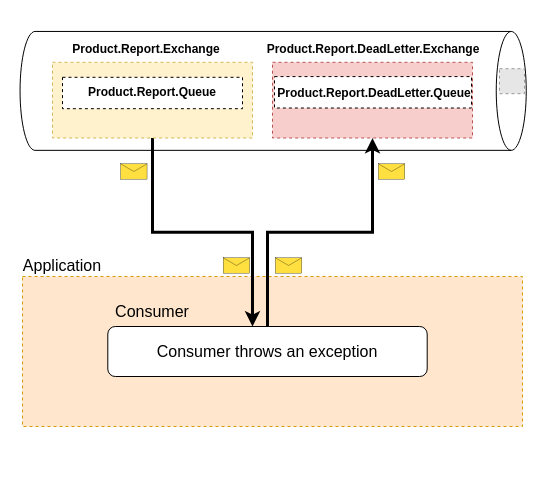
MattGhafouri/EasyDeadLetter keeps this draw.io diagram as asset/Untitled Diagram.drawio. Above is the earlier version. Source tidied: cells renumbered, new cells numbered last; positions are measured from the earlier drawing's top-left corner, leaving out a move shared by most shapes. Both pictures are drawn from the tidied source at 100%, with x=0, y=0 at pixel (22, -163). Pictures stored in the file or linked from it are replaced by grey dashed boxes.
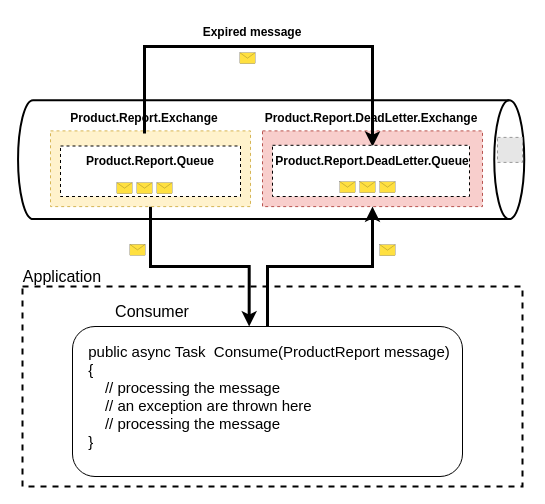
The same page after the edit.

What changed in the source:
```diff
@@
+    <mxCell id="3" style="shape=cylinder3;whiteSpace=wrap;html=1;boundedLbl=1;backgroundOutline=1;size=15;rotation=90;strokeWidth=2;" parent="1" vertex="1">
+      <mxGeometry x="189.2" y="69" width="118.9" height="506.2" as="geometry" />
+    </mxCell>
+    <mxCell id="11" style="rounded=0;whiteSpace=wrap;html=1;fillColor=#f8cecc;dashed=1;strokeColor=#b85450;" parent="1" vertex="1">
+      <mxGeometry x="240" y="293.4" width="220" height="75.7" as="geometry" />
+    </mxCell>
-    <mxCell id="2" style="rounded=0;whiteSpace=wrap;html=1;dashed=1;fontSize=16;fillColor=#ffe6cc;strokeColor=#d79b00;" parent="1" vertex="1">
-      <mxGeometry y="439" width="500" height="150" as="geometry" />
+    <mxCell id="2" style="rounded=0;whiteSpace=wrap;html=1;dashed=1;fontSize=16;fillColor=none;strokeWidth=2;" parent="1" vertex="1">
+      <mxGeometry y="449" width="500" height="200" as="geometry" />
     </mxCell>
-    <mxCell id="3" style="shape=cylinder3;whiteSpace=wrap;html=1;boundedLbl=1;backgroundOutline=1;size=15;rotation=90;" parent="1" vertex="1">
-      <mxGeometry x="191.2" y="0.3" width="118.9" height="506.2" as="geometry" />
-    </mxCell>
     <mxCell id="4" style="fillColor=#E6E6E6;strokeColor=#999999;dashed=1;verticalLabelPosition=bottom;labelBackgroundColor=default;verticalAlign=top;" parent="1" vertex="1">
-      <mxGeometry x="477" y="231.2" width="25" height="25" as="geometry" />
+      <mxGeometry x="475" y="299.9" width="25" height="25" as="geometry" />
     </mxCell>
@@
     <mxCell id="6" style="rounded=1;whiteSpace=wrap;html=1;fontSize=10;fontStyle=0;" parent="1" vertex="1">
-      <mxGeometry x="85.3" y="489" width="319.4" height="50" as="geometry" />
+      <mxGeometry x="50" y="489" width="390" height="150" as="geometry" />
     </mxCell>
     <mxCell id="7" style="strokeWidth=2;dashed=0;align=center;fontSize=8;fillColor=none;verticalLabelPosition=bottom;verticalAlign=top;shape=mxgraph.eip.envelope_wrapper;strokeColor=none;" parent="1" vertex="1">
-      <mxGeometry x="85.3" y="319" width="52.1" height="30" as="geometry" />
+      <mxGeometry x="100" y="401.7" width="30" height="21.3" as="geometry" />
     </mxCell>
@@
     <mxCell id="9" style="rounded=0;whiteSpace=wrap;html=1;fillColor=#fff2cc;dashed=1;strokeColor=#d6b656;" parent="1" vertex="1">
-      <mxGeometry x="30" y="224.8" width="200" height="75.7" as="geometry" />
+      <mxGeometry x="28" y="293.4" width="200" height="75.7" as="geometry" />
     </mxCell>
     <mxCell id="10" value="&lt;b&gt;Product.Report.Exchange&lt;/b&gt;" style="text;html=1;strokeColor=none;fillColor=none;align=center;verticalAlign=middle;whiteSpace=wrap;rounded=0;dashed=1;" parent="1" vertex="1">
-      <mxGeometry x="94" y="197.2" width="60" height="30" as="geometry" />
+      <mxGeometry x="92" y="265.9" width="60" height="30" as="geometry" />
     </mxCell>
-    <mxCell id="11" style="rounded=0;whiteSpace=wrap;html=1;fillColor=#f8cecc;dashed=1;strokeColor=#b85450;" parent="1" vertex="1">
-      <mxGeometry x="250" y="224.8" width="200" height="75.7" as="geometry" />
-    </mxCell>
+    <mxCell id="23" style="edgeStyle=orthogonalEdgeStyle;rounded=0;jettySize=auto;html=1;entryX=0.5;entryY=0;entryDx=0;entryDy=0;fontSize=11;strokeWidth=3;exitX=0.5;exitY=1;exitDx=0;exitDy=0;" parent="1" edge="1" source="10" target="16">
+      <mxGeometry relative="1" as="geometry">
+        <Array as="points">
+          <mxPoint x="122" y="209" />
+          <mxPoint x="350" y="209" />
+        </Array>
+      </mxGeometry>
+    </mxCell>
     <mxCell id="12" value="&lt;b&gt;Product.Report.DeadLetter.Exchange&lt;/b&gt;" style="text;html=1;strokeColor=none;fillColor=none;align=center;verticalAlign=middle;whiteSpace=wrap;rounded=0;dashed=1;" parent="1" vertex="1">
-      <mxGeometry x="321" y="197.2" width="60" height="30" as="geometry" />
+      <mxGeometry x="319" y="265.9" width="60" height="30" as="geometry" />
     </mxCell>
     <mxCell id="13" style="rounded=0;whiteSpace=wrap;html=1;dashed=1;" parent="1" vertex="1">
-      <mxGeometry x="40" y="239.8" width="180" height="31.4" as="geometry" />
+      <mxGeometry x="38" y="308.5" width="180" height="50.5" as="geometry" />
     </mxCell>
     <mxCell id="14" value="Product.Report.Queue" style="text;html=1;strokeColor=none;fillColor=none;align=center;verticalAlign=middle;whiteSpace=wrap;rounded=0;dashed=1;fontStyle=1;" parent="1" vertex="1">
-      <mxGeometry x="100" y="240.1" width="60" height="30" as="geometry" />
+      <mxGeometry x="98" y="308.8" width="60" height="30" as="geometry" />
     </mxCell>
     <mxCell id="15" style="rounded=0;whiteSpace=wrap;html=1;dashed=1;" parent="1" vertex="1">
-      <mxGeometry x="252" y="239.1" width="197" height="31.4" as="geometry" />
+      <mxGeometry x="250" y="307.8" width="197" height="51.2" as="geometry" />
     </mxCell>
     <mxCell id="16" value="Product.Report.DeadLetter.Queue" style="text;html=1;align=center;verticalAlign=middle;whiteSpace=wrap;rounded=0;dashed=1;fontStyle=1;" parent="1" vertex="1">
-      <mxGeometry x="322" y="240.6" width="60" height="30" as="geometry" />
+      <mxGeometry x="320" y="309.2" width="60" height="30" as="geometry" />
     </mxCell>
-    <mxCell id="17" style="strokeWidth=2;dashed=0;align=center;fontSize=8;fillColor=none;verticalLabelPosition=bottom;verticalAlign=top;shape=mxgraph.eip.envelope_wrapper;strokeColor=none;" parent="1" vertex="1">
-      <mxGeometry x="187.9" y="413" width="52.1" height="30" as="geometry" />
-    </mxCell>
-    <mxCell id="18" style="strokeWidth=2;dashed=0;align=center;fontSize=8;fillColor=none;verticalLabelPosition=bottom;verticalAlign=top;shape=mxgraph.eip.envelope_wrapper;strokeColor=none;" parent="1" vertex="1">
-      <mxGeometry x="240" y="413" width="52.1" height="30" as="geometry" />
-    </mxCell>
     <mxCell id="19" style="strokeWidth=2;dashed=0;align=center;fontSize=8;fillColor=none;verticalLabelPosition=bottom;verticalAlign=top;shape=mxgraph.eip.envelope_wrapper;strokeColor=none;" parent="1" vertex="1">
-      <mxGeometry x="343" y="319" width="52.1" height="30" as="geometry" />
+      <mxGeometry x="350" y="402" width="30" height="21.3" as="geometry" />
     </mxCell>
-    <mxCell id="20" value="&lt;span style=&quot;font-weight: normal&quot;&gt;Consumer throws an exception&lt;/span&gt;" style="text;html=1;strokeColor=none;fillColor=none;align=center;verticalAlign=middle;whiteSpace=wrap;rounded=0;dashed=1;fontStyle=1;fontSize=16;" parent="1" vertex="1">
-      <mxGeometry x="90" y="489" width="310" height="50" as="geometry" />
+    <mxCell id="20" value="&lt;div style=&quot;text-align: left ; font-size: 15px&quot;&gt;&lt;font style=&quot;font-weight: normal ; font-size: 15px&quot;&gt;public async Task&amp;nbsp; Consume(ProductReport message)&lt;/font&gt;&lt;/div&gt;&lt;div style=&quot;text-align: left ; font-size: 15px&quot;&gt;&lt;font style=&quot;font-weight: normal ; font-size: 15px&quot;&gt;{&lt;/font&gt;&lt;/div&gt;&lt;font style=&quot;font-weight: normal ; font-size: 15px&quot;&gt;&lt;div style=&quot;text-align: left&quot;&gt;&amp;nbsp; &amp;nbsp; // processing the message&lt;/div&gt;&lt;div style=&quot;text-align: left&quot;&gt;&amp;nbsp; &amp;nbsp; // an exception are thrown here&lt;/div&gt;&lt;div style=&quot;text-align: left&quot;&gt;&amp;nbsp; &amp;nbsp; // processing the message&lt;br&gt;&lt;/div&gt;&lt;div style=&quot;text-align: left&quot;&gt;}&lt;/div&gt;&lt;/font&gt;" style="text;html=1;strokeColor=none;fillColor=none;align=center;verticalAlign=middle;whiteSpace=wrap;rounded=0;dashed=1;fontStyle=1;fontSize=16;strokeWidth=4;" parent="1" vertex="1">
+      <mxGeometry x="57" y="489" width="380" height="140" as="geometry" />
     </mxCell>
     <mxCell id="21" value="Application" style="text;html=1;strokeColor=none;fillColor=none;align=center;verticalAlign=middle;whiteSpace=wrap;rounded=0;dashed=1;fontSize=16;" parent="1" vertex="1">
-      <mxGeometry x="10" y="413" width="60" height="30" as="geometry" />
+      <mxGeometry x="10" y="424" width="60" height="30" as="geometry" />
     </mxCell>
@@
+    <mxCell id="24" style="group;" parent="1" vertex="1">
+      <mxGeometry x="87" y="340" width="70" height="21.3" as="geometry" />
+    </mxCell>
+    <mxCell id="25" style="strokeWidth=2;dashed=0;align=center;fontSize=8;fillColor=none;verticalLabelPosition=bottom;verticalAlign=top;shape=mxgraph.eip.envelope_wrapper;strokeColor=none;" parent="24" vertex="1">
+      <mxGeometry width="30" height="21.3" as="geometry" />
+    </mxCell>
+    <mxCell id="26" style="strokeWidth=2;dashed=0;align=center;fontSize=8;fillColor=none;verticalLabelPosition=bottom;verticalAlign=top;shape=mxgraph.eip.envelope_wrapper;strokeColor=none;" parent="24" vertex="1">
+      <mxGeometry x="20" width="30" height="21.3" as="geometry" />
+    </mxCell>
+    <mxCell id="27" style="strokeWidth=2;dashed=0;align=center;fontSize=8;fillColor=none;verticalLabelPosition=bottom;verticalAlign=top;shape=mxgraph.eip.envelope_wrapper;strokeColor=none;" parent="24" vertex="1">
+      <mxGeometry x="40" width="30" height="21.3" as="geometry" />
+    </mxCell>
+    <mxCell id="28" style="group;" parent="1" vertex="1">
+      <mxGeometry x="310" y="339" width="70" height="21.3" as="geometry" />
+    </mxCell>
+    <mxCell id="29" style="strokeWidth=2;dashed=0;align=center;fontSize=8;fillColor=none;verticalLabelPosition=bottom;verticalAlign=top;shape=mxgraph.eip.envelope_wrapper;strokeColor=none;" parent="28" vertex="1">
+      <mxGeometry width="30" height="21.3" as="geometry" />
+    </mxCell>
+    <mxCell id="30" style="strokeWidth=2;dashed=0;align=center;fontSize=8;fillColor=none;verticalLabelPosition=bottom;verticalAlign=top;shape=mxgraph.eip.envelope_wrapper;strokeColor=none;" parent="28" vertex="1">
+      <mxGeometry x="20" width="30" height="21.3" as="geometry" />
+    </mxCell>
+    <mxCell id="31" style="strokeWidth=2;dashed=0;align=center;fontSize=8;fillColor=none;verticalLabelPosition=bottom;verticalAlign=top;shape=mxgraph.eip.envelope_wrapper;strokeColor=none;" parent="28" vertex="1">
+      <mxGeometry x="40" width="30" height="21.3" as="geometry" />
+    </mxCell>
+    <mxCell id="32" style="strokeWidth=2;dashed=0;align=center;fontSize=8;fillColor=none;verticalLabelPosition=bottom;verticalAlign=top;shape=mxgraph.eip.envelope_wrapper;strokeColor=none;" parent="1" vertex="1">
+      <mxGeometry x="210" y="210" width="30" height="21.3" as="geometry" />
+    </mxCell>
+    <mxCell id="33" value="&lt;b&gt;Expired message&lt;/b&gt;" style="text;html=1;strokeColor=none;fillColor=none;align=center;verticalAlign=middle;whiteSpace=wrap;rounded=0;dashed=1;" parent="1" vertex="1">
+      <mxGeometry x="170" y="180" width="120" height="30" as="geometry" />
+    </mxCell>
```
